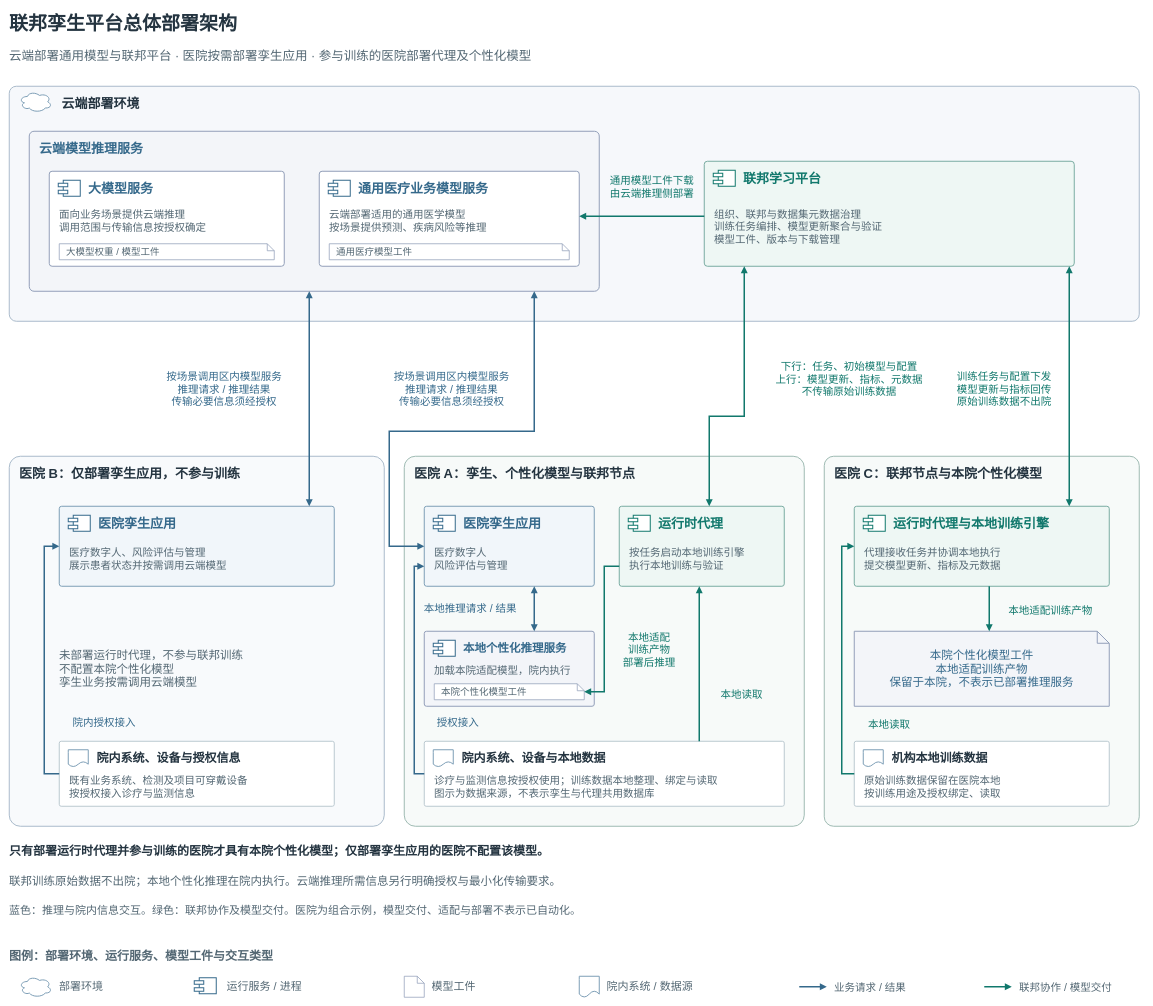
Earlier version of the draw.io diagram docs/438c/merge/figures/federated-twin-deployment-overview.drawio (medol-labs/federation-learning). Source tidied: cells renumbered, new cells numbered last; positions are measured from the earlier drawing's top-left corner, leaving out a move shared by most shapes. Both pictures are drawn from the tidied source at 50%, with x=0, y=0 at pixel (9, 8).
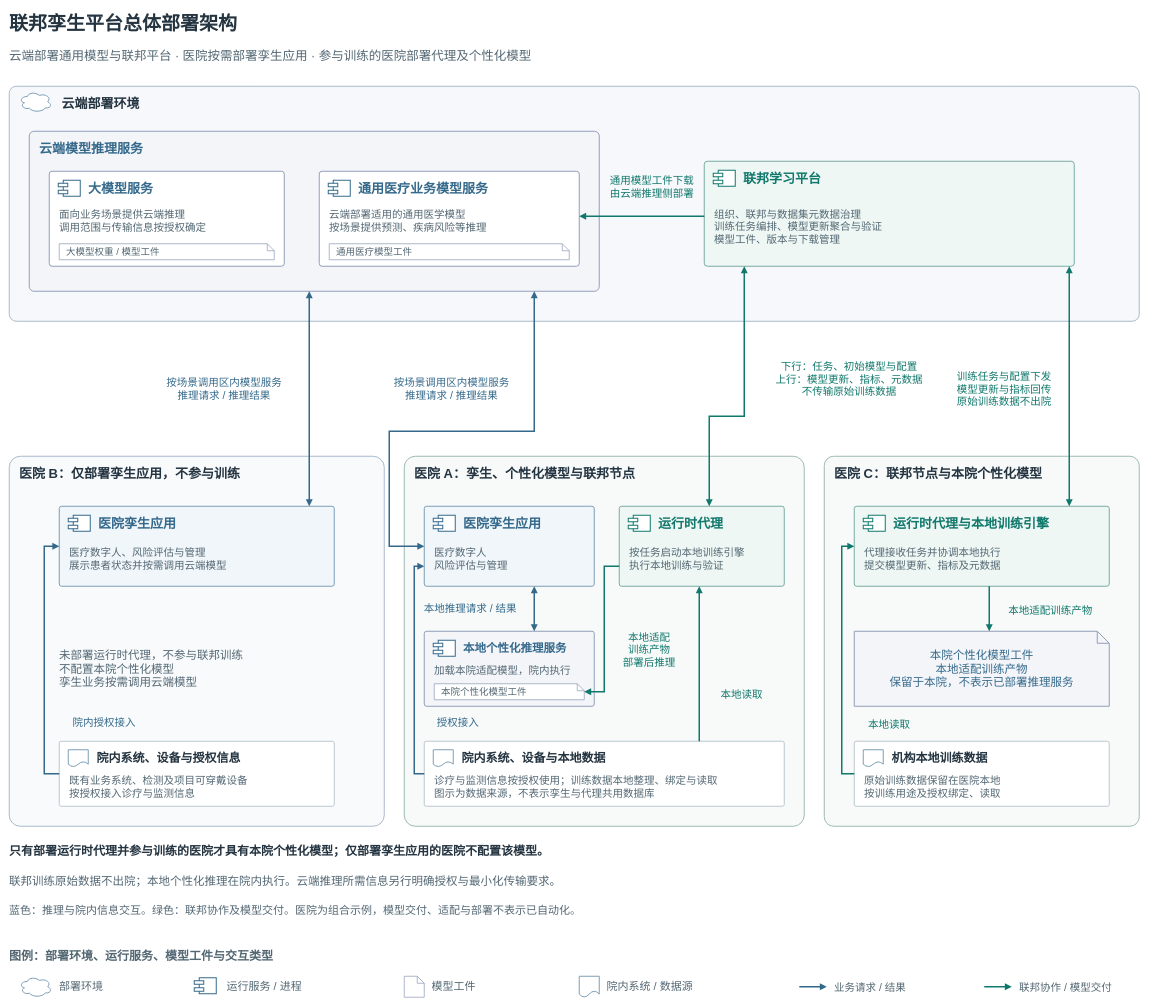
The same page after the edit.

The change refers to these unchanged cells:
```xml
<mxCell id="44" style="edgeStyle=orthogonalEdgeStyle;rounded=0;html=0;strokeColor=#35698B;strokeWidth=3;endArrow=block;endFill=1;exitX=0.9090909090909091;exitY=0.0;exitPerimeter=0;entryX=0.49122807017543857;entryY=1.0;entryPerimeter=0;startArrow=block;startFill=1;" parent="1" edge="1" source="23" target="6">
  <mxGeometry relative="1" as="geometry" />
</mxCell>
<mxCell id="46" style="edgeStyle=orthogonalEdgeStyle;rounded=0;html=0;strokeColor=#35698B;strokeWidth=3;endArrow=block;endFill=1;exitX=0.0;exitY=0.5;exitPerimeter=0;entryX=0.8859649122807017;entryY=1.0;entryPerimeter=0;startArrow=block;startFill=1;" parent="1" edge="1" source="26" target="6">
  <mxGeometry relative="1" as="geometry">
    <Array as="points">
      <mxPoint x="760" y="1075" />
      <mxPoint x="760" y="845" />
      <mxPoint x="1050" y="845" />
    </Array>
  </mxGeometry>
</mxCell>
```

Diff of the diagram source:
```diff
@@
-    <mxCell id="45" value="按场景调用区内模型服务&#10;推理请求 / 推理结果&#10;传输必要信息须经授权" style="text;html=0;whiteSpace=wrap;overflow=hidden;align=center;verticalAlign=middle;fontFamily=PingFang SC;fontSize=21;fontColor=#35698B;fontStyle=0;spacing=0;" parent="44" vertex="1">
+    <mxCell id="45" value="按场景调用区内模型服务&#10;推理请求 / 推理结果" style="text;html=0;whiteSpace=wrap;overflow=hidden;align=center;verticalAlign=middle;fontFamily=PingFang SC;fontSize=21;fontColor=#35698B;fontStyle=0;spacing=0;" parent="44" vertex="1">
       <mxGeometry width="300" height="110" relative="1" as="geometry">
         <mxPoint x="-320" y="-75" as="offset" />
       </mxGeometry>
     </mxCell>
@@
-    <mxCell id="47" value="按场景调用区内模型服务&#10;推理请求 / 推理结果&#10;传输必要信息须经授权" style="text;html=0;whiteSpace=wrap;overflow=hidden;align=center;verticalAlign=middle;fontFamily=PingFang SC;fontSize=21;fontColor=#35698B;fontStyle=0;spacing=0;" parent="46" vertex="1">
+    <mxCell id="47" value="按场景调用区内模型服务&#10;推理请求 / 推理结果" style="text;html=0;whiteSpace=wrap;overflow=hidden;align=center;verticalAlign=middle;fontFamily=PingFang SC;fontSize=21;fontColor=#35698B;fontStyle=0;spacing=0;" parent="46" vertex="1">
       <mxGeometry width="290" height="110" relative="1" as="geometry">
         <mxPoint x="-155" y="-140" as="offset" />
       </mxGeometry>
     </mxCell>
```
